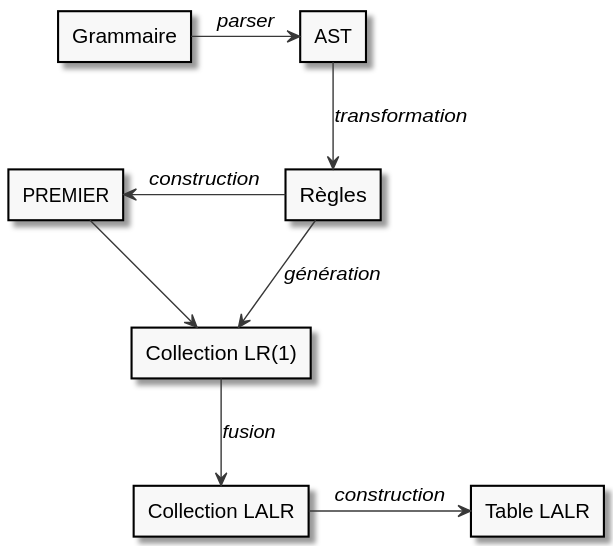
Above: extra-doc/presentations/generation-process.svg in chlablak/platinum-parsing (PlantUML), before the change. Its source is kept beside it as extra-doc/diagrams/presentation/generation-process.plantuml.
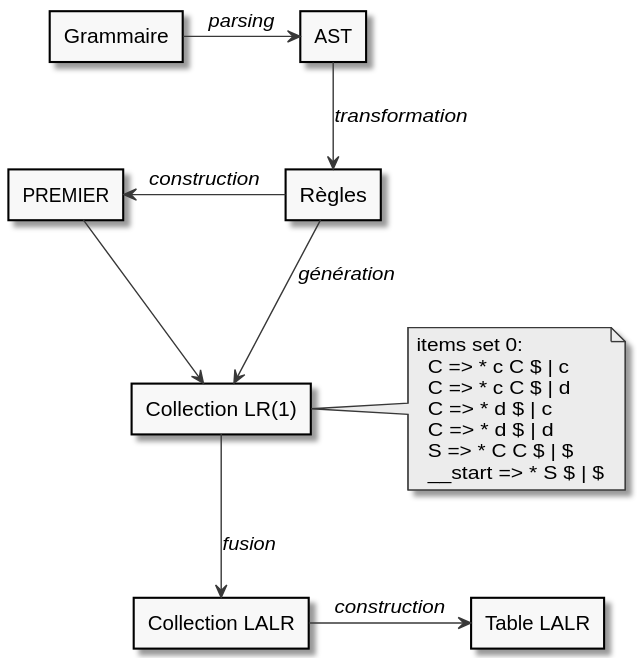
The same diagram one commit later.

Change to the diagram source:
```diff
@@ -10,7 +10,7 @@
 rectangle "Collection LALR" as lalr
 rectangle "Table LALR" as table
 
-grammar -> ast : <i>parser</i>
+grammar -> ast : <i>parsing</i>
 ast --> rules : <i>transformation</i>
 first <- rules : <i>construction</i>
 rules --> lr1 : <i>génération</i>
@@ -18,4 +18,14 @@
 lr1 --> lalr : <i>fusion</i>
 lalr -> table : <i>construction</i>
 
+note right of lr1
+  items set 0:
+    C => * c C $ | c
+    C => * c C $ | d
+    C => * d $ | c
+    C => * d $ | d
+    S => * C C $ | $
+    __start => * S $ | $
+end note
+
 @enduml
```
